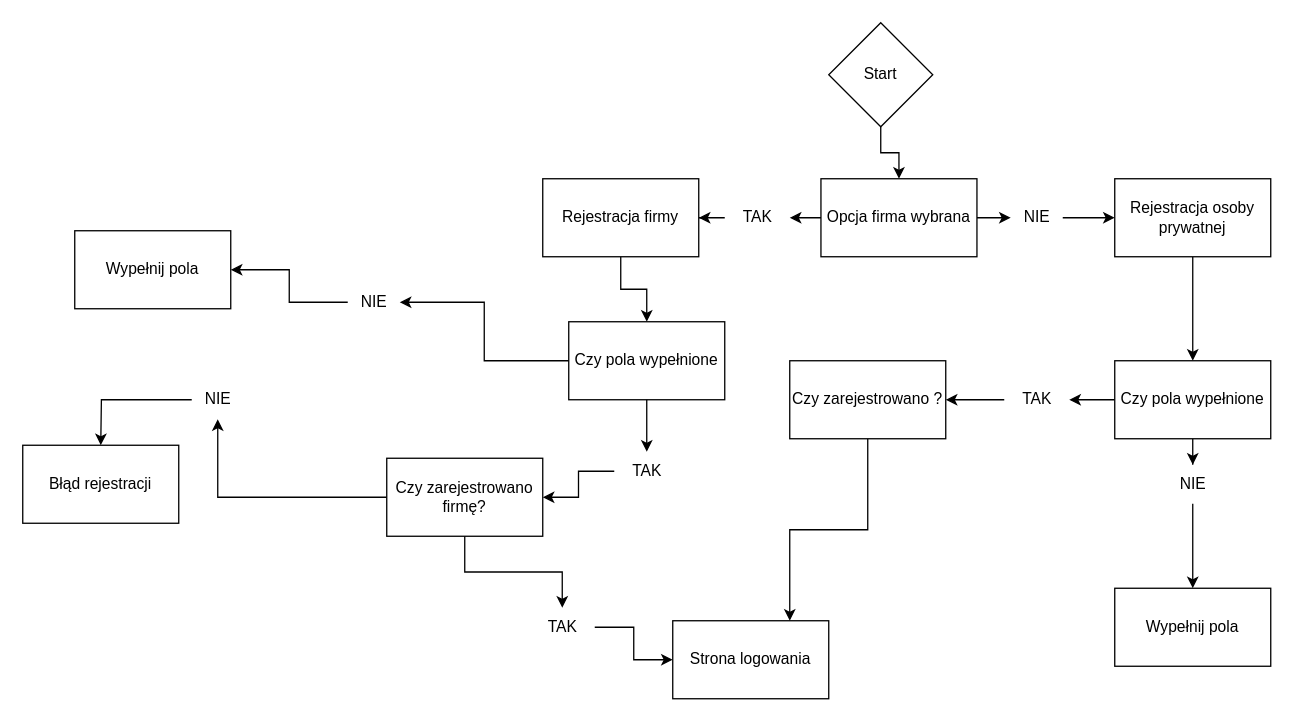
This is Schemat rejestracji.drawio from mostekd/secur-it, a draw.io file, before an edit. Source tidied: cells renumbered, new cells numbered last; positions are measured from the earlier drawing's top-left corner, leaving out a move shared by most shapes. Both pictures are drawn from the tidied source at 130%, with x=0, y=0 at pixel (22, 22).
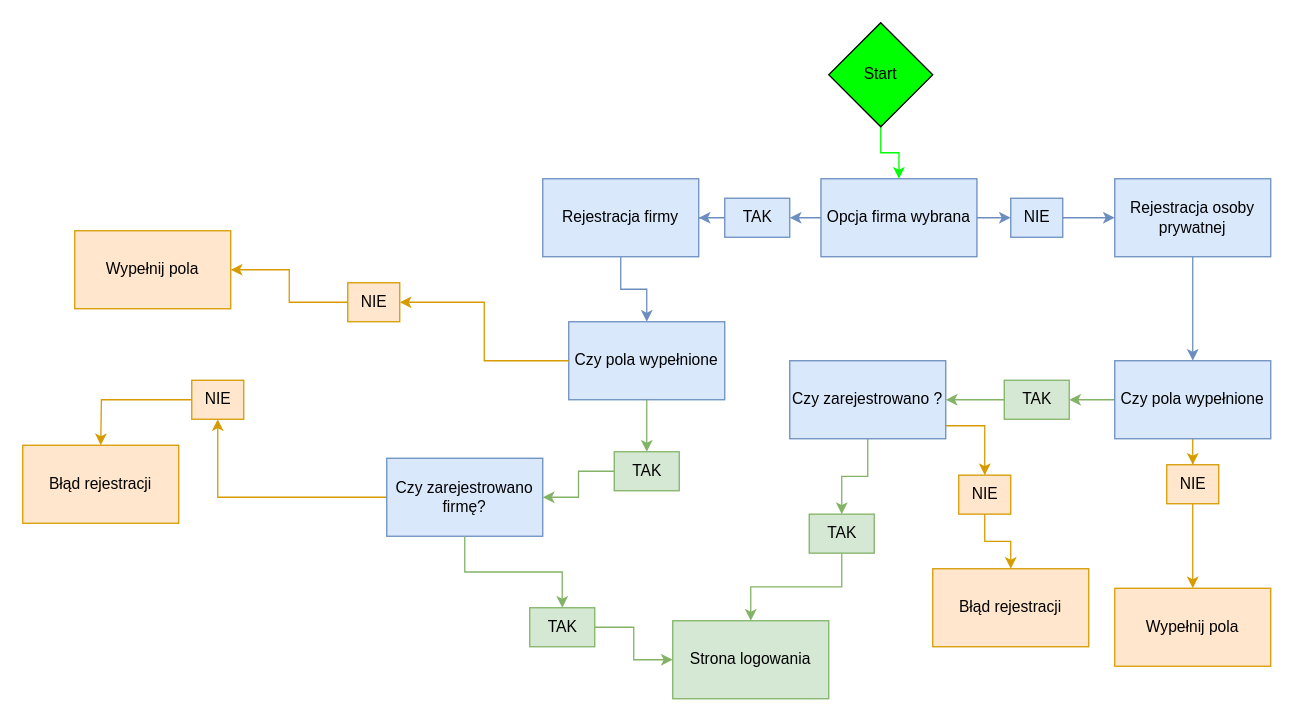
The same diagram, later.

Diff of the diagram source:
```diff
@@
-    <mxCell id="2" style="edgeStyle=orthogonalEdgeStyle;rounded=0;jettySize=auto;html=1;" parent="1" edge="1" source="3" target="7">
+    <mxCell id="2" style="edgeStyle=orthogonalEdgeStyle;rounded=0;jettySize=auto;html=1;fillColor=#d5e8d4;strokeColor=#00ff04;" parent="1" edge="1" source="3" target="7">
       <mxGeometry relative="1" as="geometry" />
     </mxCell>
-    <mxCell id="3" value="Start" style="rhombus;whiteSpace=wrap;html=1;" parent="1" vertex="1">
+    <mxCell id="3" value="Start" style="rhombus;whiteSpace=wrap;html=1;gradientColor=none;fillStyle=solid;fillColor=#00ff00;" parent="1" vertex="1">
       <mxGeometry x="620" width="80" height="80" as="geometry" />
     </mxCell>
-    <mxCell id="4" style="edgeStyle=orthogonalEdgeStyle;rounded=0;jettySize=auto;html=1;" parent="1" edge="1" source="24" target="9">
+    <mxCell id="4" style="edgeStyle=orthogonalEdgeStyle;rounded=0;jettySize=auto;html=1;fillColor=#dae8fc;strokeColor=#6c8ebf;" parent="1" edge="1" source="24" target="9">
       <mxGeometry relative="1" as="geometry" />
     </mxCell>
-    <mxCell id="5" style="edgeStyle=orthogonalEdgeStyle;rounded=0;jettySize=auto;html=1;" parent="1" edge="1" source="25" target="11">
+    <mxCell id="5" style="edgeStyle=orthogonalEdgeStyle;rounded=0;jettySize=auto;html=1;fillColor=#dae8fc;strokeColor=#6c8ebf;" parent="1" edge="1" source="25" target="11">
       <mxGeometry relative="1" as="geometry" />
     </mxCell>
-    <mxCell id="6" style="edgeStyle=orthogonalEdgeStyle;rounded=0;jettySize=auto;html=1;" parent="1" edge="1" source="7" target="25">
+    <mxCell id="6" style="edgeStyle=orthogonalEdgeStyle;rounded=0;jettySize=auto;html=1;fillColor=#dae8fc;strokeColor=#6c8ebf;" parent="1" edge="1" source="7" target="25">
       <mxGeometry relative="1" as="geometry" />
     </mxCell>
-    <mxCell id="7" value="Opcja firma wybrana" style="rounded=0;whiteSpace=wrap;html=1;" parent="1" vertex="1">
+    <mxCell id="7" value="Opcja firma wybrana" style="rounded=0;whiteSpace=wrap;html=1;fillColor=#dae8fc;strokeColor=#6c8ebf;" parent="1" vertex="1">
       <mxGeometry x="614" y="120" width="120" height="60" as="geometry" />
     </mxCell>
-    <mxCell id="8" style="edgeStyle=orthogonalEdgeStyle;rounded=0;jettySize=auto;html=1;" parent="1" edge="1" source="9" target="14">
+    <mxCell id="8" style="edgeStyle=orthogonalEdgeStyle;rounded=0;jettySize=auto;html=1;fillColor=#dae8fc;strokeColor=#6c8ebf;" parent="1" edge="1" source="9" target="14">
       <mxGeometry relative="1" as="geometry" />
     </mxCell>
-    <mxCell id="9" value="Rejestracja firmy" style="rounded=0;whiteSpace=wrap;html=1;" parent="1" vertex="1">
+    <mxCell id="9" value="Rejestracja firmy" style="rounded=0;whiteSpace=wrap;html=1;fillColor=#dae8fc;strokeColor=#6c8ebf;" parent="1" vertex="1">
       <mxGeometry x="400" y="120" width="120" height="60" as="geometry" />
     </mxCell>
-    <mxCell id="10" style="edgeStyle=orthogonalEdgeStyle;rounded=0;jettySize=auto;html=1;" parent="1" edge="1" source="11" target="33">
+    <mxCell id="10" style="edgeStyle=orthogonalEdgeStyle;rounded=0;jettySize=auto;html=1;fillColor=#dae8fc;strokeColor=#6c8ebf;" parent="1" edge="1" source="11" target="33">
       <mxGeometry relative="1" as="geometry" />
     </mxCell>
-    <mxCell id="11" value="Rejestracja osoby prywatnej" style="whiteSpace=wrap;html=1;rounded=0;" parent="1" vertex="1">
+    <mxCell id="11" value="Rejestracja osoby prywatnej" style="whiteSpace=wrap;html=1;rounded=0;fillColor=#dae8fc;strokeColor=#6c8ebf;" parent="1" vertex="1">
       <mxGeometry x="840" y="120" width="120" height="60" as="geometry" />
     </mxCell>
-    <mxCell id="12" style="edgeStyle=orthogonalEdgeStyle;rounded=0;jettySize=auto;html=1;" parent="1" edge="1" source="20" target="17">
+    <mxCell id="12" style="edgeStyle=orthogonalEdgeStyle;rounded=0;jettySize=auto;html=1;fillColor=#d5e8d4;strokeColor=#82b366;" parent="1" edge="1" source="20" target="17">
       <mxGeometry relative="1" as="geometry" />
     </mxCell>
-    <mxCell id="13" style="edgeStyle=orthogonalEdgeStyle;rounded=0;jettySize=auto;html=1;" parent="1" edge="1" source="22" target="18">
+    <mxCell id="13" style="edgeStyle=orthogonalEdgeStyle;rounded=0;jettySize=auto;html=1;fillColor=#ffe6cc;strokeColor=#d79b00;" parent="1" edge="1" source="22" target="18">
       <mxGeometry relative="1" as="geometry" />
     </mxCell>
-    <mxCell id="14" value="Czy pola wypełnione" style="whiteSpace=wrap;html=1;rounded=0;" parent="1" vertex="1">
+    <mxCell id="14" value="Czy pola wypełnione" style="whiteSpace=wrap;html=1;rounded=0;fillColor=#dae8fc;strokeColor=#6c8ebf;" parent="1" vertex="1">
       <mxGeometry x="420" y="230" width="120" height="60" as="geometry" />
     </mxCell>
-    <mxCell id="15" style="edgeStyle=orthogonalEdgeStyle;rounded=0;jettySize=auto;html=1;" parent="1" edge="1" source="28" target="26">
+    <mxCell id="15" style="edgeStyle=orthogonalEdgeStyle;rounded=0;jettySize=auto;html=1;fillColor=#d5e8d4;strokeColor=#82b366;" parent="1" edge="1" source="28" target="26">
       <mxGeometry relative="1" as="geometry" />
     </mxCell>
-    <mxCell id="16" style="edgeStyle=orthogonalEdgeStyle;rounded=0;jettySize=auto;html=1;" parent="1" edge="1" source="17" target="30">
+    <mxCell id="16" style="edgeStyle=orthogonalEdgeStyle;rounded=0;jettySize=auto;html=1;fillColor=#ffe6cc;strokeColor=#d79b00;" parent="1" edge="1" source="17" target="30">
       <mxGeometry relative="1" as="geometry" />
     </mxCell>
-    <mxCell id="17" value="Czy zarejestrowano firmę?" style="whiteSpace=wrap;html=1;rounded=0;" parent="1" vertex="1">
+    <mxCell id="17" value="Czy zarejestrowano firmę?" style="whiteSpace=wrap;html=1;rounded=0;fillColor=#dae8fc;strokeColor=#6c8ebf;" parent="1" vertex="1">
       <mxGeometry x="280" y="335" width="120" height="60" as="geometry" />
     </mxCell>
-    <mxCell id="18" value="Wypełnij pola" style="whiteSpace=wrap;html=1;rounded=0;" parent="1" vertex="1">
+    <mxCell id="18" value="Wypełnij pola" style="whiteSpace=wrap;html=1;rounded=0;fillColor=#ffe6cc;strokeColor=#d79b00;" parent="1" vertex="1">
       <mxGeometry x="40" y="160" width="120" height="60" as="geometry" />
     </mxCell>
-    <mxCell id="19" style="edgeStyle=orthogonalEdgeStyle;rounded=0;jettySize=auto;html=1;" parent="1" edge="1" source="14" target="20">
+    <mxCell id="19" style="edgeStyle=orthogonalEdgeStyle;rounded=0;jettySize=auto;html=1;fillColor=#d5e8d4;strokeColor=#82b366;" parent="1" edge="1" source="14" target="20">
       <mxGeometry relative="1" as="geometry" />
     </mxCell>
-    <mxCell id="20" value="TAK" style="text;html=1;align=center;verticalAlign=middle;points=[];strokeColor=none;fillColor=none;" parent="1" vertex="1">
+    <mxCell id="20" value="TAK" style="text;html=1;align=center;verticalAlign=middle;points=[];strokeColor=#82b366;fillColor=#d5e8d4;" parent="1" vertex="1">
       <mxGeometry x="455" y="330" width="50" height="30" as="geometry" />
     </mxCell>
-    <mxCell id="21" style="edgeStyle=orthogonalEdgeStyle;rounded=0;jettySize=auto;html=1;" parent="1" edge="1" source="14" target="22">
+    <mxCell id="21" style="edgeStyle=orthogonalEdgeStyle;rounded=0;jettySize=auto;html=1;fillColor=#ffe6cc;strokeColor=#d79b00;" parent="1" edge="1" source="14" target="22">
       <mxGeometry relative="1" as="geometry" />
     </mxCell>
-    <mxCell id="22" value="NIE" style="text;html=1;align=center;verticalAlign=middle;points=[];strokeColor=none;fillColor=none;" parent="1" vertex="1">
+    <mxCell id="22" value="NIE" style="text;html=1;align=center;verticalAlign=middle;points=[];strokeColor=#d79b00;fillColor=#ffe6cc;" parent="1" vertex="1">
       <mxGeometry x="250" y="200" width="40" height="30" as="geometry" />
     </mxCell>
-    <mxCell id="23" style="edgeStyle=orthogonalEdgeStyle;rounded=0;jettySize=auto;html=1;" parent="1" edge="1" source="7" target="24">
+    <mxCell id="23" style="edgeStyle=orthogonalEdgeStyle;rounded=0;jettySize=auto;html=1;fillColor=#dae8fc;strokeColor=#6c8ebf;" parent="1" edge="1" source="7" target="24">
       <mxGeometry relative="1" as="geometry" />
     </mxCell>
-    <mxCell id="24" value="TAK" style="text;html=1;align=center;verticalAlign=middle;points=[];strokeColor=none;fillColor=none;" parent="1" vertex="1">
+    <mxCell id="24" value="TAK" style="text;html=1;align=center;verticalAlign=middle;points=[];strokeColor=#6c8ebf;fillColor=#dae8fc;" parent="1" vertex="1">
       <mxGeometry x="540" y="135" width="50" height="30" as="geometry" />
     </mxCell>
-    <mxCell id="25" value="NIE" style="text;html=1;align=center;verticalAlign=middle;points=[];strokeColor=none;fillColor=none;" parent="1" vertex="1">
+    <mxCell id="25" value="NIE" style="text;html=1;align=center;verticalAlign=middle;points=[];strokeColor=#6c8ebf;fillColor=#dae8fc;" parent="1" vertex="1">
       <mxGeometry x="760" y="135" width="40" height="30" as="geometry" />
     </mxCell>
-    <mxCell id="26" value="Strona logowania" style="whiteSpace=wrap;html=1;rounded=0;" parent="1" vertex="1">
+    <mxCell id="26" value="Strona logowania" style="whiteSpace=wrap;html=1;rounded=0;fillColor=#d5e8d4;strokeColor=#82b366;" parent="1" vertex="1">
       <mxGeometry x="500" y="460" width="120" height="60" as="geometry" />
     </mxCell>
-    <mxCell id="27" style="edgeStyle=orthogonalEdgeStyle;rounded=0;jettySize=auto;html=1;" parent="1" edge="1" source="17" target="28">
+    <mxCell id="27" style="edgeStyle=orthogonalEdgeStyle;rounded=0;jettySize=auto;html=1;fillColor=#d5e8d4;strokeColor=#82b366;" parent="1" edge="1" source="17" target="28">
       <mxGeometry relative="1" as="geometry" />
     </mxCell>
-    <mxCell id="28" value="TAK" style="text;html=1;align=center;verticalAlign=middle;points=[];strokeColor=none;fillColor=none;" parent="1" vertex="1">
+    <mxCell id="28" value="TAK" style="text;html=1;align=center;verticalAlign=middle;points=[];strokeColor=#82b366;fillColor=#d5e8d4;" parent="1" vertex="1">
       <mxGeometry x="390" y="450" width="50" height="30" as="geometry" />
     </mxCell>
-    <mxCell id="29" style="edgeStyle=orthogonalEdgeStyle;rounded=0;jettySize=auto;html=1;" parent="1" edge="1" source="30">
+    <mxCell id="29" style="edgeStyle=orthogonalEdgeStyle;rounded=0;jettySize=auto;html=1;fillColor=#ffe6cc;strokeColor=#d79b00;" parent="1" edge="1" source="30">
       <mxGeometry relative="1" as="geometry">
         <mxPoint x="60" y="325" as="targetPoint" />
       </mxGeometry>
     </mxCell>
-    <mxCell id="30" value="NIE" style="text;html=1;align=center;verticalAlign=middle;points=[];strokeColor=none;fillColor=none;" parent="1" vertex="1">
+    <mxCell id="30" value="NIE" style="text;html=1;align=center;verticalAlign=middle;points=[];strokeColor=#d79b00;fillColor=#ffe6cc;" parent="1" vertex="1">
       <mxGeometry x="130" y="275" width="40" height="30" as="geometry" />
     </mxCell>
-    <mxCell id="31" style="edgeStyle=orthogonalEdgeStyle;rounded=0;jettySize=auto;html=1;" parent="1" edge="1" source="33" target="37">
+    <mxCell id="31" style="edgeStyle=orthogonalEdgeStyle;rounded=0;jettySize=auto;html=1;fillColor=#ffe6cc;strokeColor=#d79b00;" parent="1" edge="1" source="33" target="37">
       <mxGeometry relative="1" as="geometry" />
     </mxCell>
-    <mxCell id="32" style="edgeStyle=orthogonalEdgeStyle;rounded=0;jettySize=auto;html=1;" parent="1" edge="1" source="33" target="35">
+    <mxCell id="32" style="edgeStyle=orthogonalEdgeStyle;rounded=0;jettySize=auto;html=1;fillColor=#d5e8d4;strokeColor=#82b366;" parent="1" edge="1" source="33" target="35">
       <mxGeometry relative="1" as="geometry" />
     </mxCell>
-    <mxCell id="33" value="Czy pola wypełnione" style="whiteSpace=wrap;html=1;rounded=0;" parent="1" vertex="1">
+    <mxCell id="33" value="Czy pola wypełnione" style="whiteSpace=wrap;html=1;rounded=0;fillColor=#dae8fc;strokeColor=#6c8ebf;" parent="1" vertex="1">
       <mxGeometry x="840" y="260" width="120" height="60" as="geometry" />
     </mxCell>
-    <mxCell id="34" style="edgeStyle=orthogonalEdgeStyle;rounded=0;jettySize=auto;html=1;" parent="1" edge="1" source="35" target="40">
+    <mxCell id="34" style="edgeStyle=orthogonalEdgeStyle;rounded=0;jettySize=auto;html=1;fillColor=#d5e8d4;strokeColor=#82b366;" parent="1" edge="1" source="35" target="40">
       <mxGeometry relative="1" as="geometry" />
     </mxCell>
-    <mxCell id="35" value="TAK" style="text;html=1;align=center;verticalAlign=middle;points=[];strokeColor=none;fillColor=none;" parent="1" vertex="1">
+    <mxCell id="35" value="TAK" style="text;html=1;align=center;verticalAlign=middle;points=[];strokeColor=#82b366;fillColor=#d5e8d4;" parent="1" vertex="1">
       <mxGeometry x="755" y="275" width="50" height="30" as="geometry" />
     </mxCell>
-    <mxCell id="36" style="edgeStyle=orthogonalEdgeStyle;rounded=0;jettySize=auto;html=1;" parent="1" edge="1" source="37" target="38">
+    <mxCell id="36" style="edgeStyle=orthogonalEdgeStyle;rounded=0;jettySize=auto;html=1;fillColor=#ffe6cc;strokeColor=#d79b00;" parent="1" edge="1" source="37" target="38">
       <mxGeometry relative="1" as="geometry" />
     </mxCell>
-    <mxCell id="37" value="NIE" style="text;html=1;align=center;verticalAlign=middle;points=[];strokeColor=none;fillColor=none;" parent="1" vertex="1">
+    <mxCell id="37" value="NIE" style="text;html=1;align=center;verticalAlign=middle;points=[];strokeColor=#d79b00;fillColor=#ffe6cc;" parent="1" vertex="1">
       <mxGeometry x="880" y="340" width="40" height="30" as="geometry" />
     </mxCell>
-    <mxCell id="38" value="Wypełnij pola" style="whiteSpace=wrap;html=1;" parent="1" vertex="1">
+    <mxCell id="38" value="Wypełnij pola" style="whiteSpace=wrap;html=1;fillColor=#ffe6cc;strokeColor=#d79b00;" parent="1" vertex="1">
       <mxGeometry x="840" y="435" width="120" height="60" as="geometry" />
     </mxCell>
-    <mxCell id="39" style="edgeStyle=orthogonalEdgeStyle;rounded=0;jettySize=auto;html=1;entryX=0.75;entryY=0;entryDx=0;entryDy=0;" parent="1" edge="1" source="40" target="26">
-      <mxGeometry relative="1" as="geometry" />
-    </mxCell>
+    <mxCell id="42" style="edgeStyle=orthogonalEdgeStyle;rounded=0;jettySize=auto;html=1;fillColor=#d5e8d4;strokeColor=#82b366;" parent="1" edge="1" source="40" target="45">
+      <mxGeometry relative="1" as="geometry" />
+    </mxCell>
+    <mxCell id="43" style="edgeStyle=orthogonalEdgeStyle;rounded=0;jettySize=auto;html=1;fillColor=#ffe6cc;strokeColor=#d79b00;" parent="1" edge="1" source="40" target="48">
+      <mxGeometry relative="1" as="geometry">
+        <Array as="points">
+          <mxPoint x="740" y="310" />
+        </Array>
+      </mxGeometry>
+    </mxCell>
-    <mxCell id="40" value="Czy zarejestrowano ?" style="whiteSpace=wrap;html=1;" parent="1" vertex="1">
+    <mxCell id="40" value="Czy zarejestrowano ?" style="whiteSpace=wrap;html=1;fillColor=#dae8fc;strokeColor=#6c8ebf;" parent="1" vertex="1">
       <mxGeometry x="590" y="260" width="120" height="60" as="geometry" />
     </mxCell>
-    <mxCell id="41" value="Błąd rejestracji" style="whiteSpace=wrap;html=1;" parent="1" vertex="1">
+    <mxCell id="41" value="Błąd rejestracji" style="whiteSpace=wrap;html=1;fillColor=#ffe6cc;strokeColor=#d79b00;" parent="1" vertex="1">
       <mxGeometry y="325" width="120" height="60" as="geometry" />
     </mxCell>
+    <mxCell id="44" style="edgeStyle=orthogonalEdgeStyle;rounded=0;jettySize=auto;html=1;fillColor=#d5e8d4;strokeColor=#82b366;" parent="1" edge="1" source="45" target="26">
+      <mxGeometry relative="1" as="geometry" />
+    </mxCell>
+    <mxCell id="45" value="TAK" style="text;html=1;align=center;verticalAlign=middle;points=[];strokeColor=#82b366;fillColor=#d5e8d4;" parent="1" vertex="1">
+      <mxGeometry x="605" y="378" width="50" height="30" as="geometry" />
+    </mxCell>
+    <mxCell id="46" value="Błąd rejestracji" style="whiteSpace=wrap;html=1;fillColor=#ffe6cc;strokeColor=#d79b00;" parent="1" vertex="1">
+      <mxGeometry x="700" y="420" width="120" height="60" as="geometry" />
+    </mxCell>
+    <mxCell id="47" style="edgeStyle=orthogonalEdgeStyle;rounded=0;jettySize=auto;html=1;fillColor=#ffe6cc;strokeColor=#d79b00;" parent="1" edge="1" source="48" target="46">
+      <mxGeometry relative="1" as="geometry" />
+    </mxCell>
+    <mxCell id="48" value="NIE" style="text;html=1;align=center;verticalAlign=middle;points=[];strokeColor=#d79b00;fillColor=#ffe6cc;" parent="1" vertex="1">
+      <mxGeometry x="720" y="348" width="40" height="30" as="geometry" />
+    </mxCell>
```
